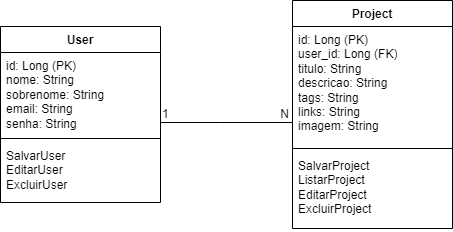
Above: modelagem-de-dados/entidades-relacionamento.png in gabrielisantos-dev/Hackathon-Orange-Juice (draw.io), before the change. Source tidied: cells renumbered, new cells last; positions are measured from the earlier drawing's top-left corner, leaving out a move shared by most shapes.
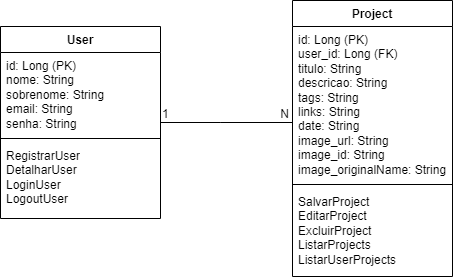
The same diagram one commit later.

Commit message:
docs: atualização da modelagem de dados

Change to the diagram source:
```diff
@@ -3,19 +3,19 @@
     <mxCell id="0" />
     <mxCell id="1" parent="0" />
     <mxCell id="2" value="Project" style="swimlane;fontStyle=1;align=center;verticalAlign=top;horizontal=1;startSize=26;whiteSpace=wrap;html=1;" parent="1" vertex="1">
-      <mxGeometry x="292" width="160" height="228" as="geometry" />
+      <mxGeometry x="292" width="160" height="276" as="geometry" />
     </mxCell>
-    <mxCell id="3" value="id: Long (PK)&lt;br&gt;user_id: Long (FK)&lt;br&gt;titulo: String&lt;br&gt;descricao: String&lt;br&gt;tags: String&lt;br&gt;links: String&lt;br&gt;imagem: String" style="text;strokeColor=none;fillColor=none;align=left;verticalAlign=top;spacingLeft=4;spacingRight=4;overflow=hidden;whiteSpace=wrap;html=1;" parent="2" vertex="1">
-      <mxGeometry y="26" width="160" height="118" as="geometry" />
+    <mxCell id="3" value="id: Long (PK)&lt;br&gt;user_id: Long (FK)&lt;br&gt;titulo: String&lt;br&gt;descricao: String&lt;br&gt;tags: String&lt;br&gt;links: String&lt;br&gt;date: String&lt;br&gt;image_url: String&lt;br&gt;image_id: String&lt;br&gt;image_originalName: String" style="text;strokeColor=none;fillColor=none;align=left;verticalAlign=top;spacingLeft=4;spacingRight=4;overflow=hidden;whiteSpace=wrap;html=1;" parent="2" vertex="1">
+      <mxGeometry y="26" width="160" height="154" as="geometry" />
     </mxCell>
     <mxCell id="4" style="line;strokeWidth=1;fillColor=none;align=left;verticalAlign=middle;spacingTop=-1;spacingLeft=3;spacingRight=3;labelPosition=right;strokeColor=inherit;" parent="2" vertex="1">
-      <mxGeometry y="144" width="160" height="8" as="geometry" />
+      <mxGeometry y="180" width="160" height="8" as="geometry" />
     </mxCell>
-    <mxCell id="5" value="SalvarProject&lt;br&gt;ListarProject&lt;br&gt;EditarProject&lt;br&gt;ExcluirProject" style="text;strokeColor=none;fillColor=none;align=left;verticalAlign=top;spacingLeft=4;spacingRight=4;overflow=hidden;whiteSpace=wrap;html=1;" parent="2" vertex="1">
-      <mxGeometry y="152" width="160" height="76" as="geometry" />
+    <mxCell id="5" value="SalvarProject&lt;br&gt;EditarProject&lt;br style=&quot;border-color: var(--border-color);&quot;&gt;ExcluirProject&lt;br&gt;ListarProjects&lt;br&gt;ListarUserProjects" style="text;strokeColor=none;fillColor=none;align=left;verticalAlign=top;spacingLeft=4;spacingRight=4;overflow=hidden;whiteSpace=wrap;html=1;" parent="2" vertex="1">
+      <mxGeometry y="188" width="160" height="88" as="geometry" />
     </mxCell>
     <mxCell id="6" value="User" style="swimlane;fontStyle=1;align=center;verticalAlign=top;horizontal=1;startSize=26;whiteSpace=wrap;html=1;" parent="1" vertex="1">
-      <mxGeometry y="26" width="160" height="176" as="geometry" />
+      <mxGeometry y="26" width="160" height="192" as="geometry" />
     </mxCell>
     <mxCell id="7" value="id: Long (PK)&lt;br&gt;nome: String&lt;br&gt;sobrenome: String&lt;br&gt;email: String&lt;br&gt;senha: String" style="text;strokeColor=none;fillColor=none;align=left;verticalAlign=top;spacingLeft=4;spacingRight=4;overflow=hidden;whiteSpace=wrap;html=1;" parent="6" vertex="1">
       <mxGeometry y="26" width="160" height="82" as="geometry" />
@@ -23,8 +23,8 @@
     <mxCell id="8" style="line;strokeWidth=1;fillColor=none;align=left;verticalAlign=middle;spacingTop=-1;spacingLeft=3;spacingRight=3;labelPosition=right;strokeColor=inherit;" parent="6" vertex="1">
       <mxGeometry y="108" width="160" height="8" as="geometry" />
     </mxCell>
-    <mxCell id="9" value="SalvarUser&lt;br&gt;EditarUser&lt;br&gt;ExcluirUser" style="text;strokeColor=none;fillColor=none;align=left;verticalAlign=top;spacingLeft=4;spacingRight=4;overflow=hidden;whiteSpace=wrap;html=1;" parent="6" vertex="1">
-      <mxGeometry y="116" width="160" height="60" as="geometry" />
+    <mxCell id="9" value="RegistrarUser&lt;br&gt;DetalharUser&lt;br&gt;LoginUser&lt;br&gt;LogoutUser&lt;br&gt;" style="text;strokeColor=none;fillColor=none;align=left;verticalAlign=top;spacingLeft=4;spacingRight=4;overflow=hidden;whiteSpace=wrap;html=1;" parent="6" vertex="1">
+      <mxGeometry y="116" width="160" height="76" as="geometry" />
     </mxCell>
     <mxCell id="10" style="endArrow=none;html=1;rounded=0;" parent="1" edge="1">
       <mxGeometry relative="1" as="geometry">
```
